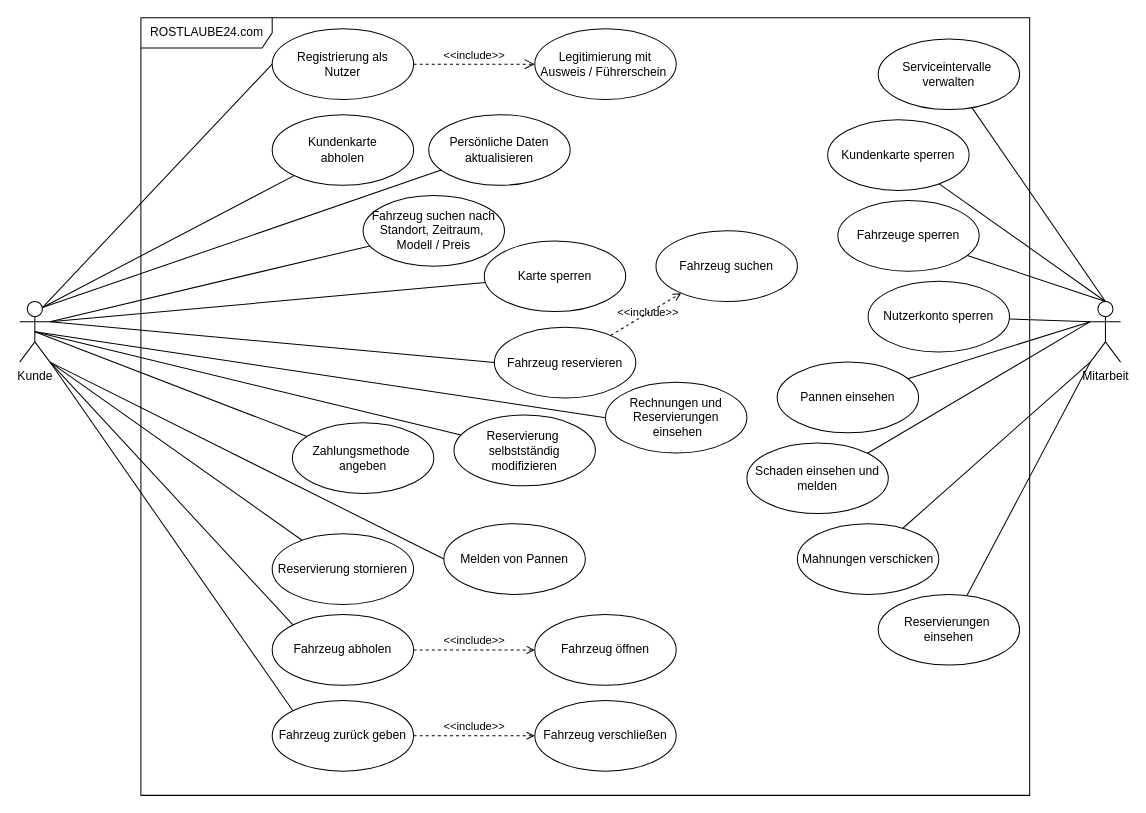
Before: Mini-Praktikum/a-USE-CASE-Anwendungsfalldiagramm-Praktikum.drawio in TheBlackDragon4/SWE-HS-Co-Se5, a draw.io diagram. Source tidied: cells renumbered, new cells numbered last; positions are measured from the earlier drawing's top-left corner, leaving out a move shared by most shapes. Both pictures are drawn from the tidied source at 101%, with x=0, y=0 at pixel (19, 17).
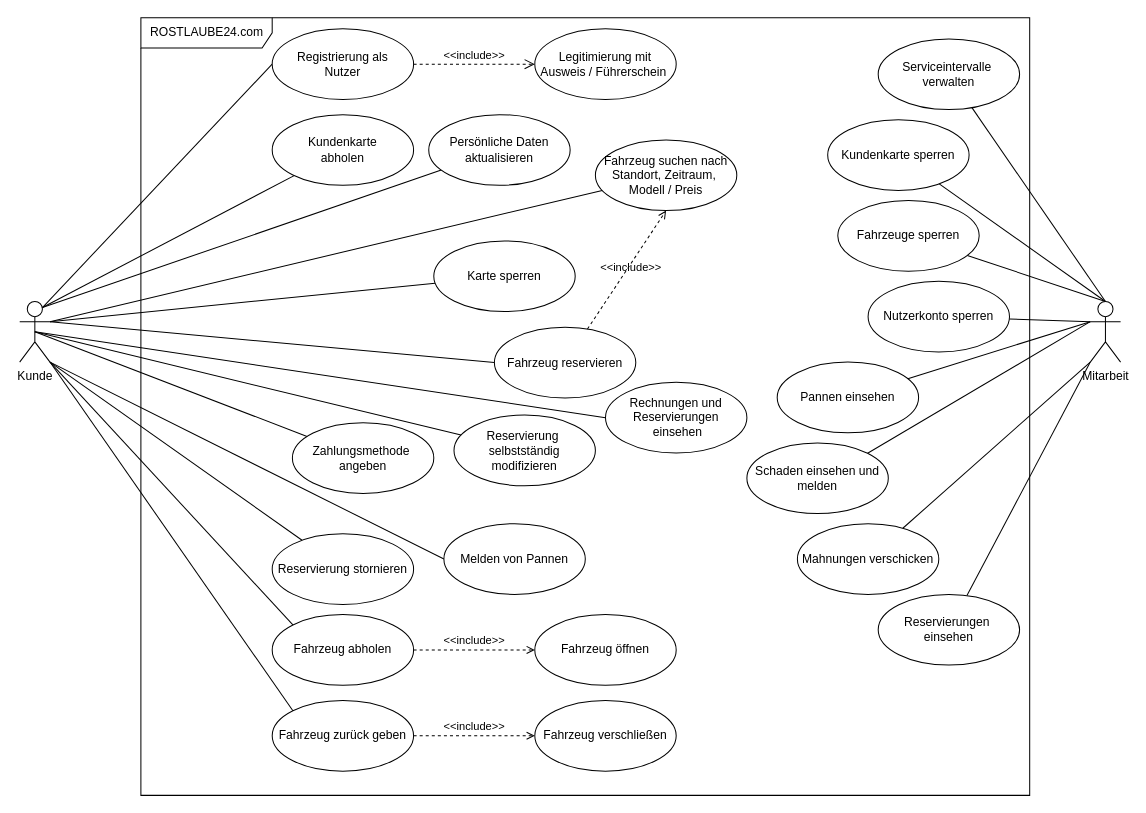
Above is the later version.

The change refers to these unchanged cells:
```xml
<mxCell id="29" value="Fahrzeug reservieren" style="ellipse;whiteSpace=wrap;html=1;" parent="1" vertex="1">
  <mxGeometry x="470" y="306.5" width="140" height="70" as="geometry" />
</mxCell>
```

Diff of the diagram source:
```diff
@@
     <mxCell id="31" value="Fahrzeug suchen nach&lt;br&gt;Standort, Zeitraum,&amp;nbsp;&lt;br&gt;Modell / Preis" style="ellipse;whiteSpace=wrap;html=1;" parent="1" vertex="1">
-      <mxGeometry x="340" y="176" width="140" height="70" as="geometry" />
+      <mxGeometry x="570" y="121" width="140" height="70" as="geometry" />
     </mxCell>
@@
     <mxCell id="34" value="Karte sperren" style="ellipse;whiteSpace=wrap;html=1;" parent="1" vertex="1">
-      <mxGeometry x="460" y="221" width="140" height="70" as="geometry" />
+      <mxGeometry x="410" y="221" width="140" height="70" as="geometry" />
     </mxCell>
@@
-    <mxCell id="53" value="Fahrzeug suchen" style="ellipse;whiteSpace=wrap;html=1;" parent="1" vertex="1">
-      <mxGeometry x="630" y="211" width="140" height="70" as="geometry" />
-    </mxCell>
-    <mxCell id="54" value="&amp;lt;&amp;lt;include&amp;gt;&amp;gt;" style="html=1;verticalAlign=bottom;labelBackgroundColor=none;endArrow=open;endFill=0;dashed=1;" parent="1" edge="1" source="29" target="53">
+    <mxCell id="54" value="&amp;lt;&amp;lt;include&amp;gt;&amp;gt;" style="html=1;verticalAlign=bottom;labelBackgroundColor=none;endArrow=open;endFill=0;dashed=1;entryX=0.5;entryY=1;entryDx=0;entryDy=0;" parent="1" edge="1" source="29" target="31">
       <mxGeometry x="-0.05" y="-7" relative="1" as="geometry" />
     </mxCell>
```
